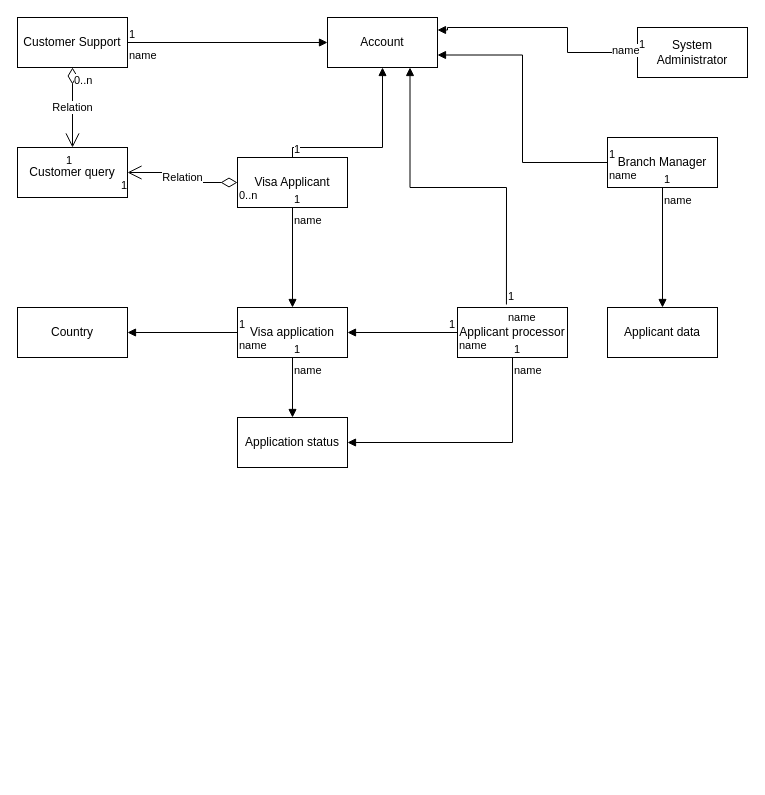
Before: Untitled Diagram.drawio in EthanJayC/Website-assignment, a draw.io diagram. Source tidied: cells renumbered, new cells numbered last; positions are measured from the earlier drawing's top-left corner, leaving out a move shared by most shapes. Both pictures are drawn from the tidied source at 100%, with x=0, y=0 at pixel (17, 17).
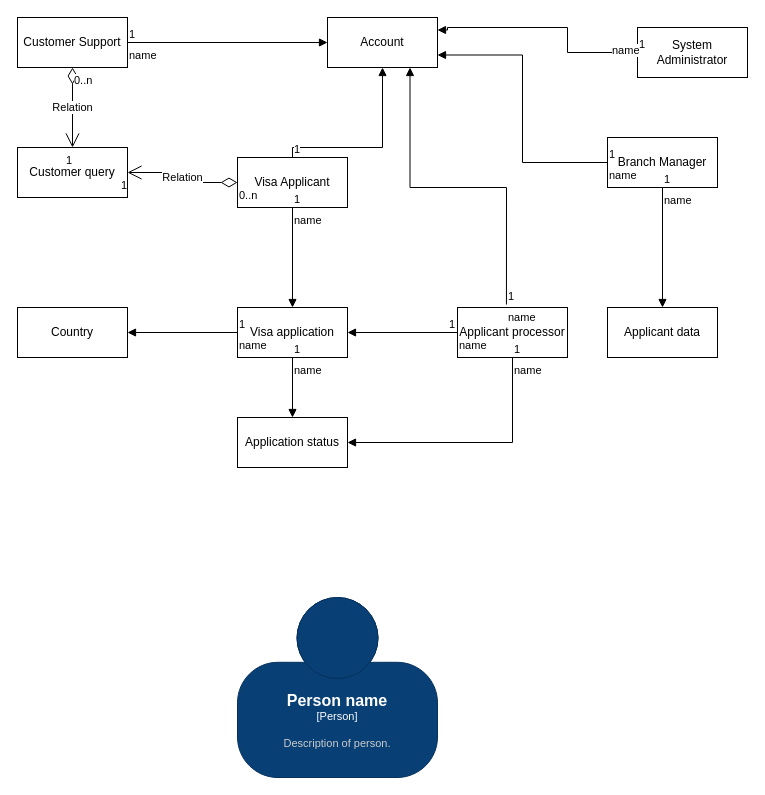
The same diagram, later.

Diff of the diagram source:
```diff
@@
+    <object id="41" label="&lt;font style=&quot;font-size: 16px&quot;&gt;&lt;b&gt;%c4Name%&lt;/b&gt;&lt;/font&gt;&lt;div&gt;[%c4Type%]&lt;/div&gt;&lt;br&gt;&lt;div&gt;&lt;font style=&quot;font-size: 11px&quot;&gt;&lt;font color=&quot;#cccccc&quot;&gt;%c4Description%&lt;/font&gt;&lt;/div&gt;" c4Description="Description of person." c4Name="Person name" c4Type="Person" placeholders="1">
+      <mxCell style="html=1;fontSize=11;dashed=0;whiteSpace=wrap;fillColor=#083F75;strokeColor=#06315C;fontColor=#ffffff;shape=mxgraph.c4.person2;align=center;" parent="1" vertex="1">
+        <mxGeometry x="220" y="580" width="200" height="180" as="geometry" />
+      </mxCell>
+    </object>
```
